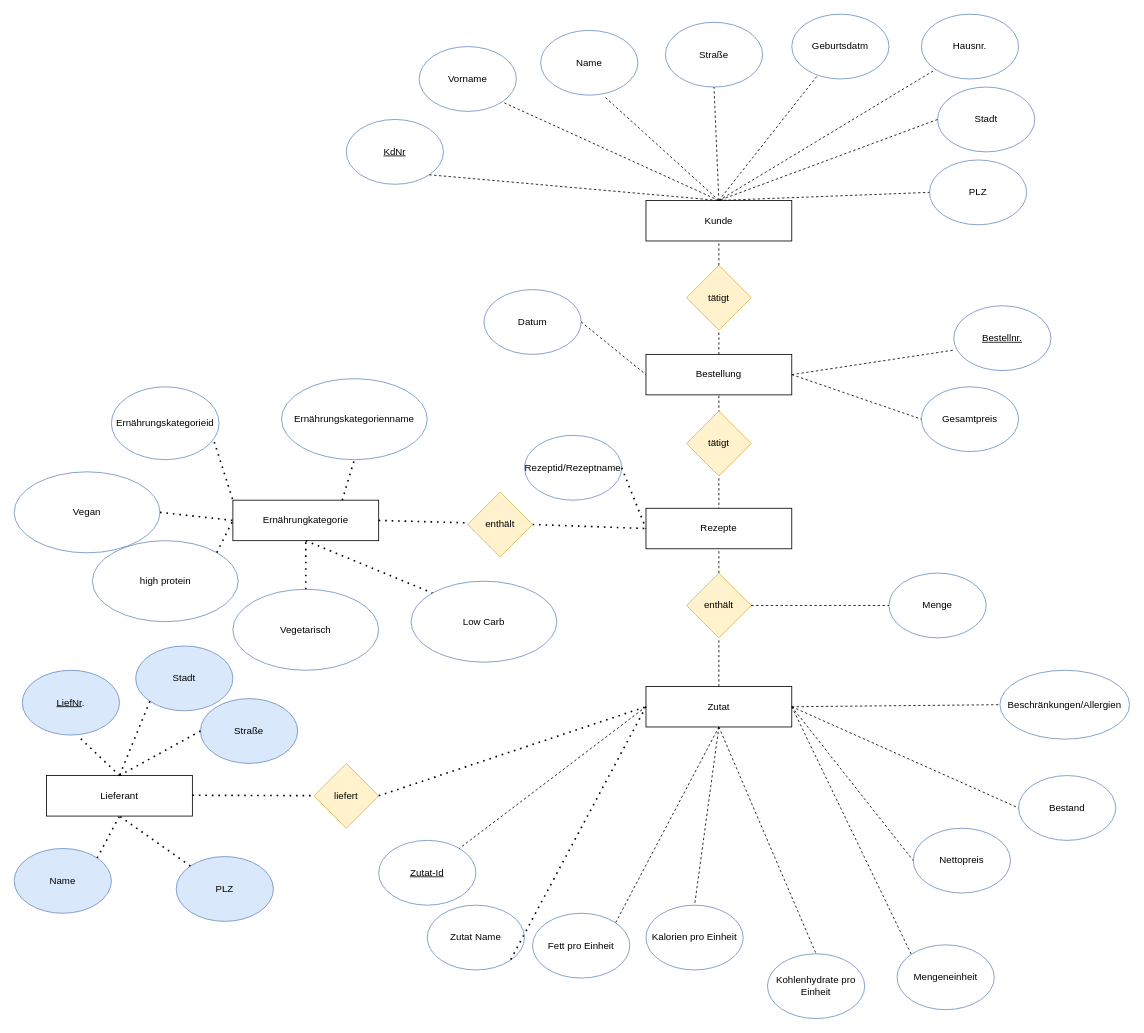
The draw.io diagram Untitled Diagram.drawio in AlassaneBenjamin/Alassane, before the edit. Source tidied: cells renumbered, new cells numbered last; positions are measured from the earlier drawing's top-left corner, leaving out a move shared by most shapes. Both pictures are drawn from the tidied source at 81%, with x=0, y=0 at pixel (14, 14).
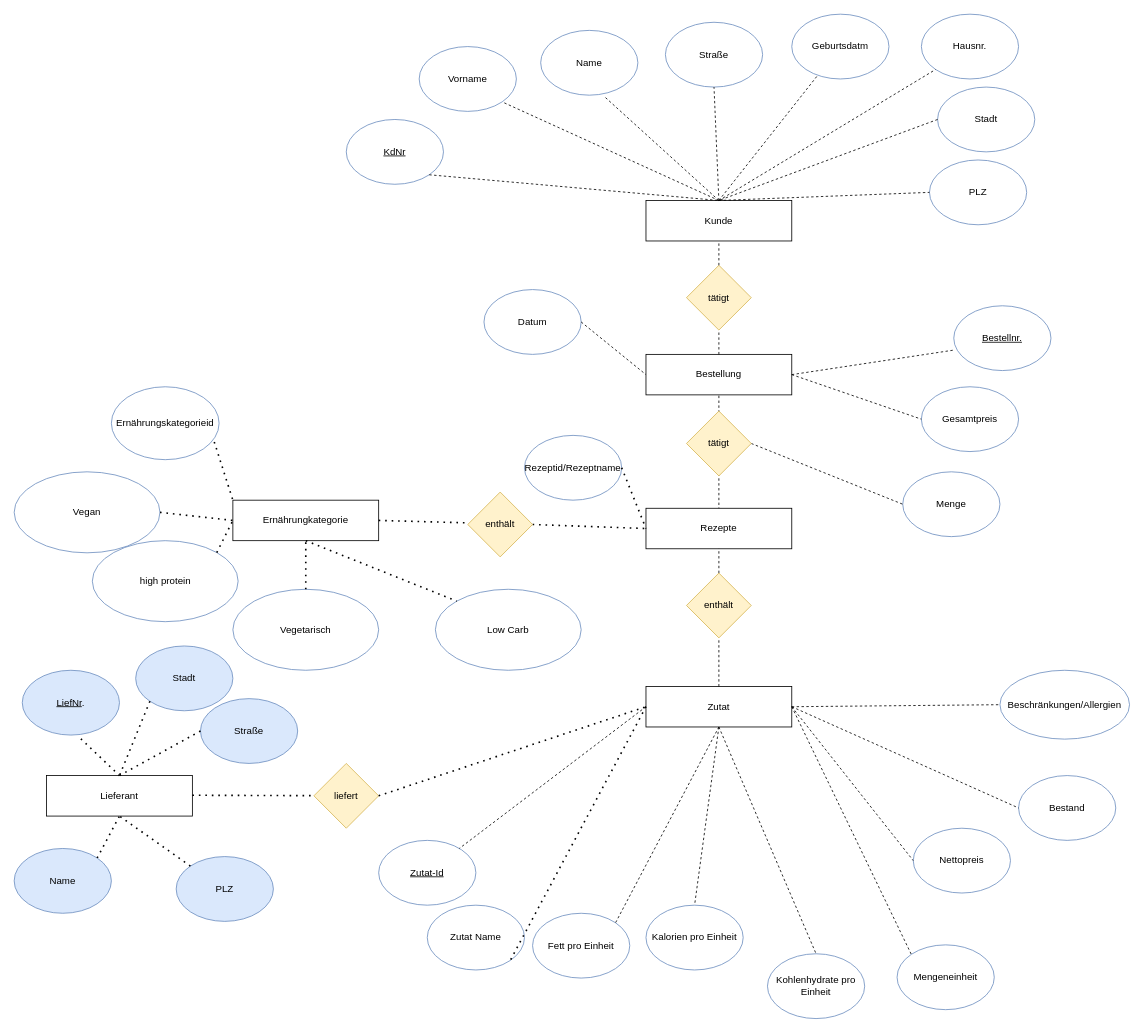
Above is the later version.

The change refers to these unchanged cells:
```xml
<mxCell id="29" value="enthält" style="rhombus;whiteSpace=wrap;html=1;fillColor=#fff2cc;strokeColor=#d6b656;" parent="1" vertex="1">
  <mxGeometry x="830" y="690" width="80" height="80" as="geometry" />
</mxCell>
<mxCell id="67" value="tätigt" style="rhombus;whiteSpace=wrap;html=1;fillColor=#fff2cc;strokeColor=#d6b656;" parent="1" vertex="1">
  <mxGeometry x="830" y="490" width="80" height="80" as="geometry" />
</mxCell>
<mxCell id="68" value="Ernährungkategorie" style="rounded=0;whiteSpace=wrap;html=1;" parent="1" vertex="1">
  <mxGeometry x="270" y="600" width="180" height="50" as="geometry" />
</mxCell>
```

What changed in the source:
```diff
@@
     <mxCell id="30" value="Menge" style="ellipse;whiteSpace=wrap;html=1;fillColor=none;strokeColor=#6c8ebf;" parent="1" vertex="1">
-      <mxGeometry x="1080" y="690" width="120" height="80" as="geometry" />
+      <mxGeometry x="1097" y="565" width="120" height="80" as="geometry" />
     </mxCell>
-    <mxCell id="31" style="endArrow=none;dashed=1;html=1;rounded=0;exitX=1;exitY=0.5;exitDx=0;exitDy=0;entryX=0;entryY=0.5;entryDx=0;entryDy=0;" parent="1" edge="1" source="29" target="30">
+    <mxCell id="31" style="endArrow=none;dashed=1;html=1;rounded=0;exitX=1;exitY=0.5;exitDx=0;exitDy=0;entryX=0;entryY=0.5;entryDx=0;entryDy=0;" parent="1" edge="1" source="67" target="30">
       <mxGeometry relative="1" as="geometry" />
     </mxCell>
@@
-    <mxCell id="75" value="Ernährungskategorienname" style="ellipse;whiteSpace=wrap;html=1;fillColor=none;strokeColor=#6c8ebf;" parent="1" vertex="1">
-      <mxGeometry x="330" y="450" width="180" height="100" as="geometry" />
-    </mxCell>
-    <mxCell id="76" style="endArrow=none;dashed=1;html=1;dashPattern=1 3;strokeWidth=2;rounded=0;exitX=0.75;exitY=0;exitDx=0;exitDy=0;entryX=0.5;entryY=1;entryDx=0;entryDy=0;" parent="1" edge="1" source="68" target="75">
-      <mxGeometry relative="1" as="geometry" />
-    </mxCell>
@@
     <mxCell id="81" value="Low Carb" style="ellipse;whiteSpace=wrap;html=1;fillColor=none;strokeColor=#6c8ebf;" parent="1" vertex="1">
-      <mxGeometry x="490" y="700" width="180" height="100" as="geometry" />
+      <mxGeometry x="520" y="710" width="180" height="100" as="geometry" />
     </mxCell>
```
